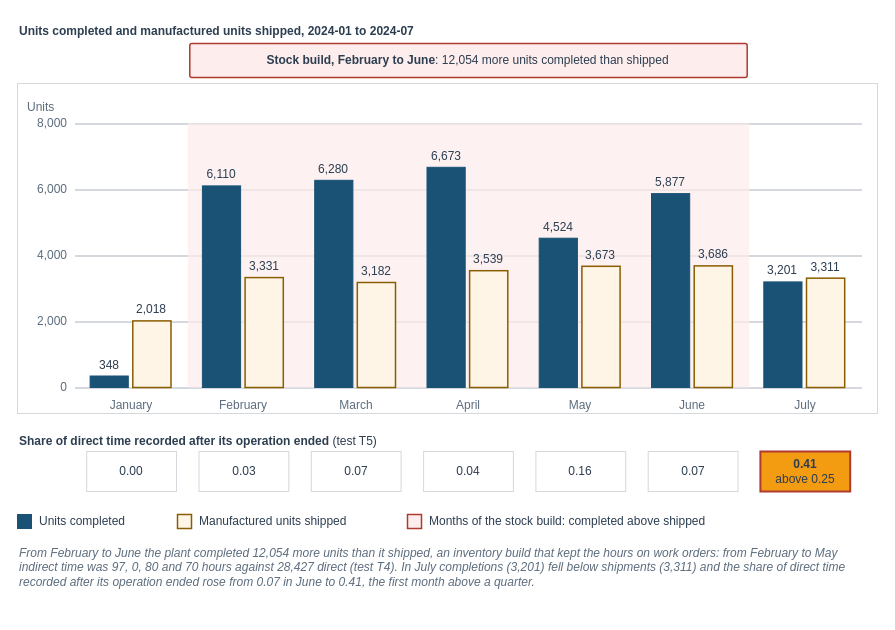
Above: facts/instructor/figures/chapter-12-sql-audit-analytics/IF-12-3-B.drawio in mmcodesso/Accounting_Analytics_Book (draw.io), before the change. Source tidied: cells renumbered, new cells numbered last; positions are measured from the earlier drawing's top-left corner, leaving out a move shared by most shapes. Both pictures are drawn from the tidied source at 100%, with x=0, y=0 at pixel (17, 17).
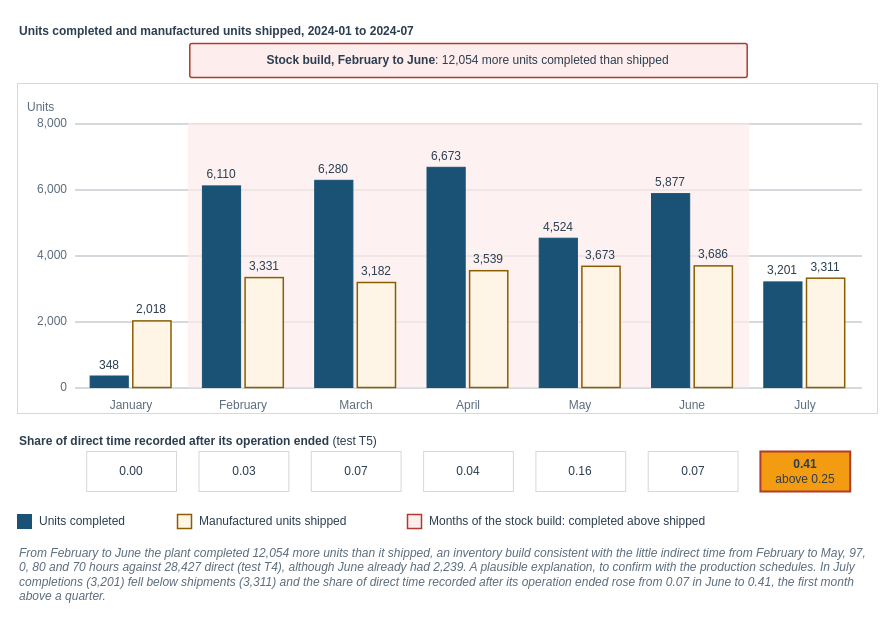
The same page after the edit.

Diff of the diagram source:
```diff
@@
     <mxCell id="2" style="rounded=0;html=1;fillColor=none;strokeColor=none;" parent="1" vertex="1">
-      <mxGeometry width="860" height="581" as="geometry" />
+      <mxGeometry width="860" height="596" as="geometry" />
     </mxCell>
@@
-    <mxCell id="67" value="&lt;i&gt;From February to June the plant completed 12,054 more units than it shipped, an inventory build that kept the hours on work orders: from February to May indirect time was 97, 0, 80 and 70 hours against 28,427 direct (test T4). In July completions (3,201) fell below shipments (3,311) and the share of direct time recorded after its operation ended rose from 0.07 in June to 0.41, the first month above a quarter.&lt;/i&gt;" style="text;html=1;whiteSpace=wrap;align=left;verticalAlign=top;fontSize=12;fontColor=#5D6D7E;fontStyle=0;fontFamily=Helvetica;spacing=2;fillColor=none;strokeColor=none;" parent="1" vertex="1">
-      <mxGeometry y="522" width="860" height="57" as="geometry" />
+    <mxCell id="67" value="&lt;i&gt;From February to June the plant completed 12,054 more units than it shipped, an inventory build consistent with the little indirect time from February to May, 97, 0, 80 and 70 hours against 28,427 direct (test T4), although June already had 2,239. A plausible explanation, to confirm with the production schedules. In July completions (3,201) fell below shipments (3,311) and the share of direct time recorded after its operation ended rose from 0.07 in June to 0.41, the first month above a quarter.&lt;/i&gt;" style="text;html=1;whiteSpace=wrap;align=left;verticalAlign=top;fontSize=12;fontColor=#5D6D7E;fontStyle=0;fontFamily=Helvetica;spacing=2;fillColor=none;strokeColor=none;" parent="1" vertex="1">
+      <mxGeometry y="522" width="860" height="72" as="geometry" />
     </mxCell>
```
